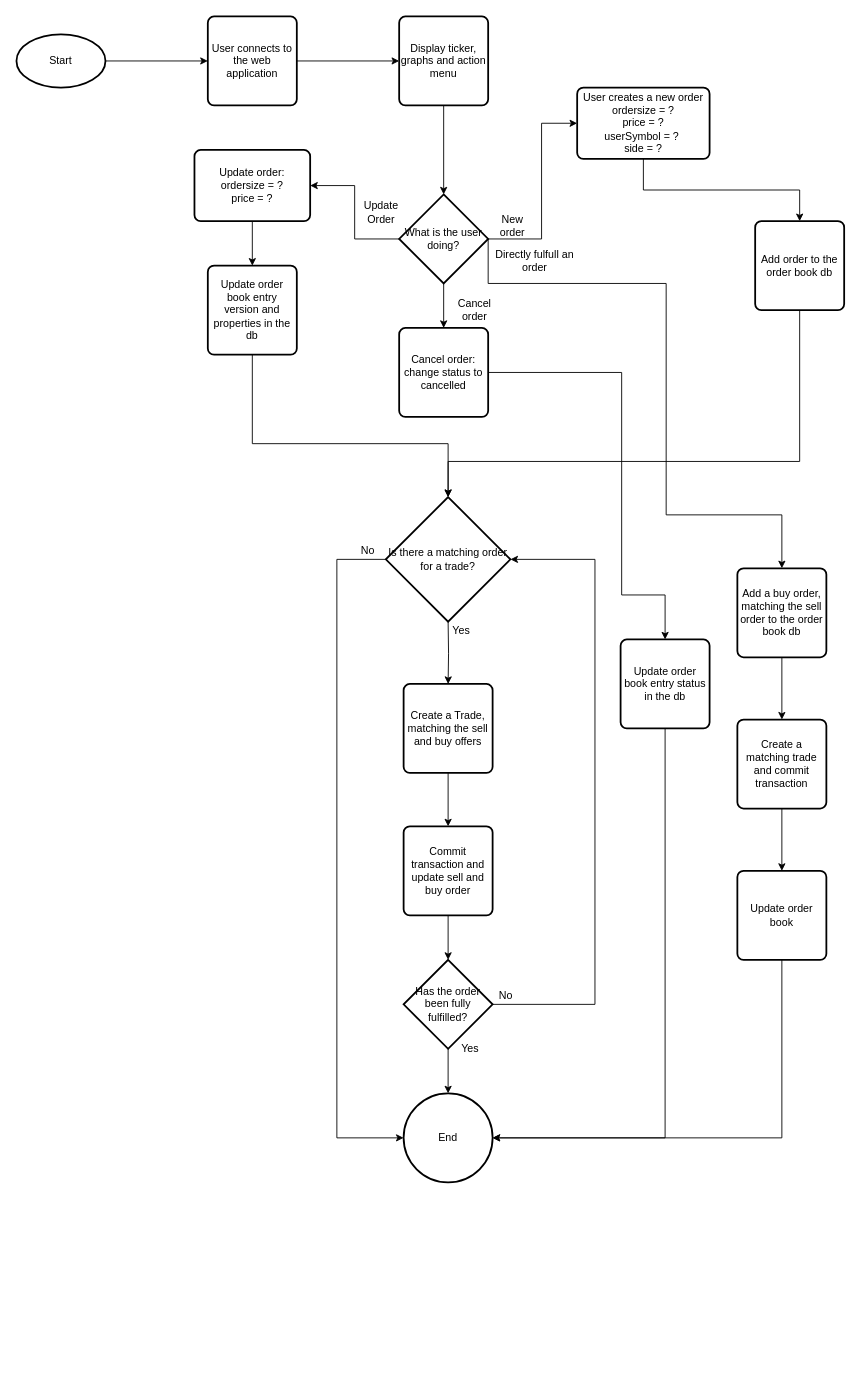
utku-aydin/orderbook keeps this draw.io diagram as page "Class Diagram" (1 of 2) of FlowChart and ERD.drawio. Above is the earlier version. Source tidied: cells renumbered, new cells numbered last; positions are measured from the earlier drawing's top-left corner, leaving out a move shared by most shapes. Both pictures are drawn from the tidied source at 89%, with x=0, y=0 at pixel (16, 16).
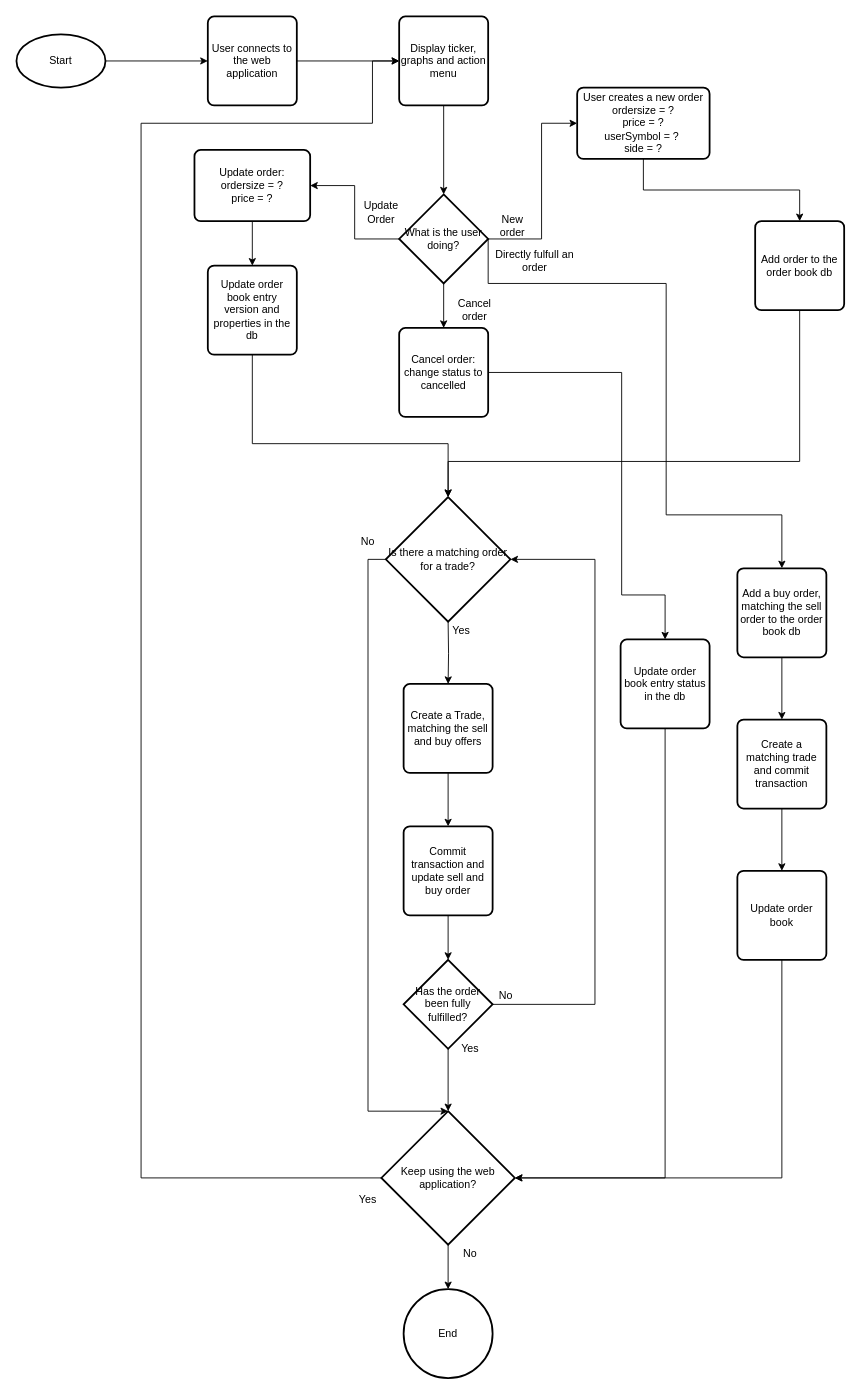
After the change.

Unchanged cells that the change refers to:
```xml
<mxCell id="14" value="Is there a matching order for a trade?" style="strokeWidth=2;html=1;shape=mxgraph.flowchart.decision;whiteSpace=wrap;" parent="1" vertex="1">
  <mxGeometry x="415" y="540" width="140" height="140" as="geometry" />
</mxCell>
<mxCell id="18" value="Has the order been fully fulfilled?" style="strokeWidth=2;html=1;shape=mxgraph.flowchart.decision;whiteSpace=wrap;" parent="1" vertex="1">
  <mxGeometry x="435" y="1060" width="100" height="100" as="geometry" />
</mxCell>
<mxCell id="40" value="Display ticker, graphs and action menu" style="rounded=1;whiteSpace=wrap;html=1;absoluteArcSize=1;arcSize=14;strokeWidth=2;" parent="1" vertex="1">
  <mxGeometry x="430" width="100" height="100" as="geometry" />
</mxCell>
<mxCell id="47" value="Update order book" style="rounded=1;whiteSpace=wrap;html=1;absoluteArcSize=1;arcSize=14;strokeWidth=2;" parent="1" vertex="1">
  <mxGeometry x="810" y="960" width="100" height="100" as="geometry" />
</mxCell>
<mxCell id="49" value="Update order book entry status in the db" style="rounded=1;whiteSpace=wrap;html=1;absoluteArcSize=1;arcSize=14;strokeWidth=2;" parent="1" vertex="1">
  <mxGeometry x="678.8" y="700" width="100" height="100" as="geometry" />
</mxCell>
```

Diff of the diagram source:
```diff
@@
-    <mxCell id="13" style="edgeStyle=orthogonalEdgeStyle;rounded=0;jettySize=auto;html=1;exitX=0;exitY=0.5;exitDx=0;exitDy=0;exitPerimeter=0;entryX=0;entryY=0.5;entryDx=0;entryDy=0;entryPerimeter=0;" parent="1" edge="1" target="21">
-      <mxGeometry relative="1" as="geometry">
-        <mxPoint x="415" y="610" as="sourcePoint" />
-        <Array as="points">
-          <mxPoint x="360" y="610" />
-          <mxPoint x="360" y="1260" />
-        </Array>
-      </mxGeometry>
-    </mxCell>
+    <mxCell id="50" style="edgeStyle=orthogonalEdgeStyle;rounded=0;jettySize=auto;html=1;exitX=0;exitY=0.5;exitDx=0;exitDy=0;exitPerimeter=0;entryX=0.5;entryY=0;entryDx=0;entryDy=0;entryPerimeter=0;" parent="1" edge="1" source="14" target="56">
+      <mxGeometry relative="1" as="geometry">
+        <Array as="points">
+          <mxPoint x="395" y="610" />
+          <mxPoint x="395" y="1230" />
+        </Array>
+      </mxGeometry>
+    </mxCell>
@@
-    <mxCell id="17" style="edgeStyle=orthogonalEdgeStyle;rounded=0;jettySize=auto;html=1;exitX=0.5;exitY=1;exitDx=0;exitDy=0;exitPerimeter=0;entryX=0.5;entryY=0;entryDx=0;entryDy=0;entryPerimeter=0;" parent="1" edge="1" source="18" target="21">
-      <mxGeometry relative="1" as="geometry" />
-    </mxCell>
+    <mxCell id="51" style="edgeStyle=orthogonalEdgeStyle;rounded=0;jettySize=auto;html=1;exitX=0.5;exitY=1;exitDx=0;exitDy=0;exitPerimeter=0;entryX=0.5;entryY=0;entryDx=0;entryDy=0;entryPerimeter=0;" parent="1" edge="1" source="18" target="56">
+      <mxGeometry relative="1" as="geometry" />
+    </mxCell>
@@
     <mxCell id="20" value="No" style="text;html=1;strokeColor=none;fillColor=none;align=center;verticalAlign=middle;whiteSpace=wrap;rounded=0;" parent="1" vertex="1">
-      <mxGeometry x="375" y="590" width="40" height="20" as="geometry" />
+      <mxGeometry x="375" y="580" width="40" height="20" as="geometry" />
     </mxCell>
     <mxCell id="21" value="End" style="strokeWidth=2;html=1;shape=mxgraph.flowchart.start_2;whiteSpace=wrap;" parent="1" vertex="1">
-      <mxGeometry x="435" y="1210" width="100" height="100" as="geometry" />
+      <mxGeometry x="435" y="1430" width="100" height="100" as="geometry" />
     </mxCell>
@@
-    <mxCell id="46" style="edgeStyle=orthogonalEdgeStyle;rounded=0;jettySize=auto;html=1;exitX=0.5;exitY=1;exitDx=0;exitDy=0;entryX=1;entryY=0.5;entryDx=0;entryDy=0;entryPerimeter=0;" parent="1" edge="1" source="47" target="21">
-      <mxGeometry relative="1" as="geometry" />
-    </mxCell>
+    <mxCell id="52" style="edgeStyle=orthogonalEdgeStyle;rounded=0;jettySize=auto;html=1;exitX=0.5;exitY=1;exitDx=0;exitDy=0;entryX=1;entryY=0.5;entryDx=0;entryDy=0;entryPerimeter=0;" parent="1" edge="1" source="47" target="56">
+      <mxGeometry relative="1" as="geometry" />
+    </mxCell>
@@
-    <mxCell id="48" style="edgeStyle=orthogonalEdgeStyle;rounded=0;jettySize=auto;html=1;exitX=0.5;exitY=1;exitDx=0;exitDy=0;entryX=1;entryY=0.5;entryDx=0;entryDy=0;entryPerimeter=0;" parent="1" edge="1" source="49" target="21">
-      <mxGeometry relative="1" as="geometry" />
-    </mxCell>
+    <mxCell id="53" style="edgeStyle=orthogonalEdgeStyle;rounded=0;jettySize=auto;html=1;exitX=0.5;exitY=1;exitDx=0;exitDy=0;entryX=1;entryY=0.5;entryDx=0;entryDy=0;entryPerimeter=0;" parent="1" edge="1" source="49" target="56">
+      <mxGeometry relative="1" as="geometry" />
+    </mxCell>
@@
+    <mxCell id="54" style="edgeStyle=orthogonalEdgeStyle;rounded=0;jettySize=auto;html=1;exitX=0.5;exitY=1;exitDx=0;exitDy=0;exitPerimeter=0;" parent="1" edge="1" source="56" target="21">
+      <mxGeometry relative="1" as="geometry" />
+    </mxCell>
+    <mxCell id="55" style="edgeStyle=orthogonalEdgeStyle;rounded=0;jettySize=auto;html=1;exitX=0;exitY=0.5;exitDx=0;exitDy=0;exitPerimeter=0;entryX=0;entryY=0.5;entryDx=0;entryDy=0;" parent="1" edge="1" source="56" target="40">
+      <mxGeometry relative="1" as="geometry">
+        <Array as="points">
+          <mxPoint x="140" y="1305" />
+          <mxPoint x="140" y="120" />
+          <mxPoint x="400" y="120" />
+          <mxPoint x="400" y="50" />
+        </Array>
+      </mxGeometry>
+    </mxCell>
+    <mxCell id="56" value="Keep using the web application?" style="strokeWidth=2;html=1;shape=mxgraph.flowchart.decision;whiteSpace=wrap;" parent="1" vertex="1">
+      <mxGeometry x="410" y="1230" width="150" height="150" as="geometry" />
+    </mxCell>
+    <mxCell id="57" value="No" style="text;html=1;strokeColor=none;fillColor=none;align=center;verticalAlign=middle;whiteSpace=wrap;rounded=0;" parent="1" vertex="1">
+      <mxGeometry x="490" y="1380" width="40" height="20" as="geometry" />
+    </mxCell>
+    <mxCell id="58" value="Yes" style="text;html=1;strokeColor=none;fillColor=none;align=center;verticalAlign=middle;whiteSpace=wrap;rounded=0;" parent="1" vertex="1">
+      <mxGeometry x="375" y="1320" width="40" height="20" as="geometry" />
+    </mxCell>
```
